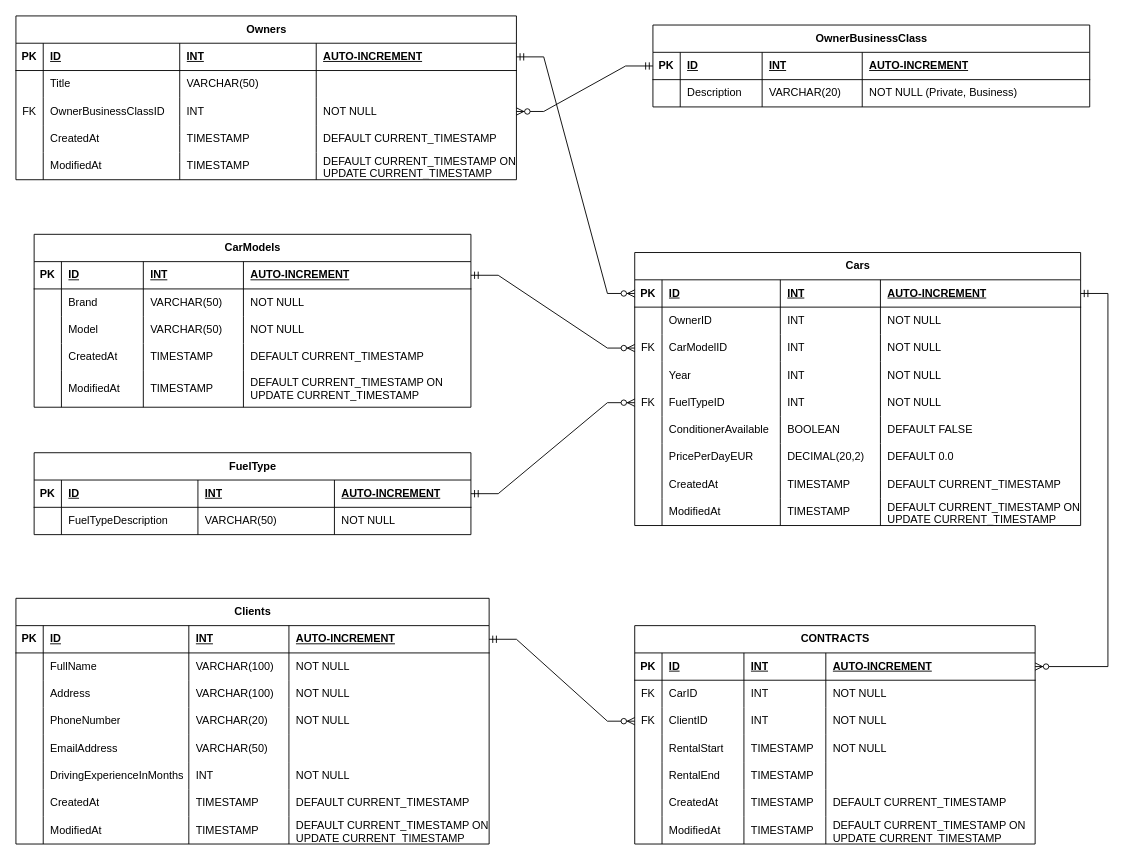
The draw.io diagram CarRent.drawio in netoks/diagrams.drawio, before the edit. Source tidied: cells renumbered, new cells numbered last; positions are measured from the earlier drawing's top-left corner, leaving out a move shared by most shapes. Both pictures are drawn from the tidied source at 91%, with x=0, y=0 at pixel (15, 15).
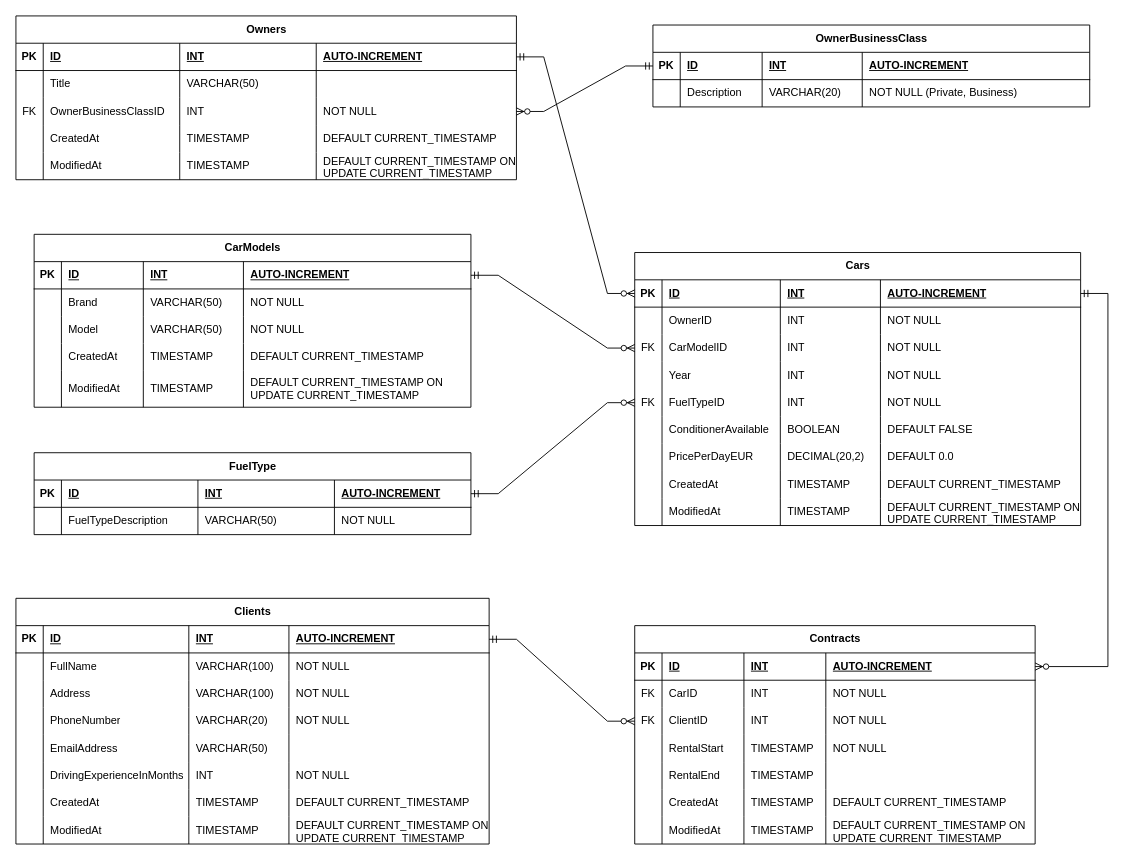
The same page after the edit.

What changed in the source:
```diff
@@
-    <mxCell id="141" value="CONTRACTS" style="shape=table;startSize=30;childLayout=tableLayout;rowLines=0;fontStyle=1;align=center;html=1;" parent="1" vertex="1">
+    <mxCell id="141" value="Contracts" style="shape=table;startSize=30;childLayout=tableLayout;rowLines=0;fontStyle=1;align=center;html=1;" parent="1" vertex="1">
       <mxGeometry x="680" y="670" width="440" height="240" as="geometry" />
     </mxCell>
```
